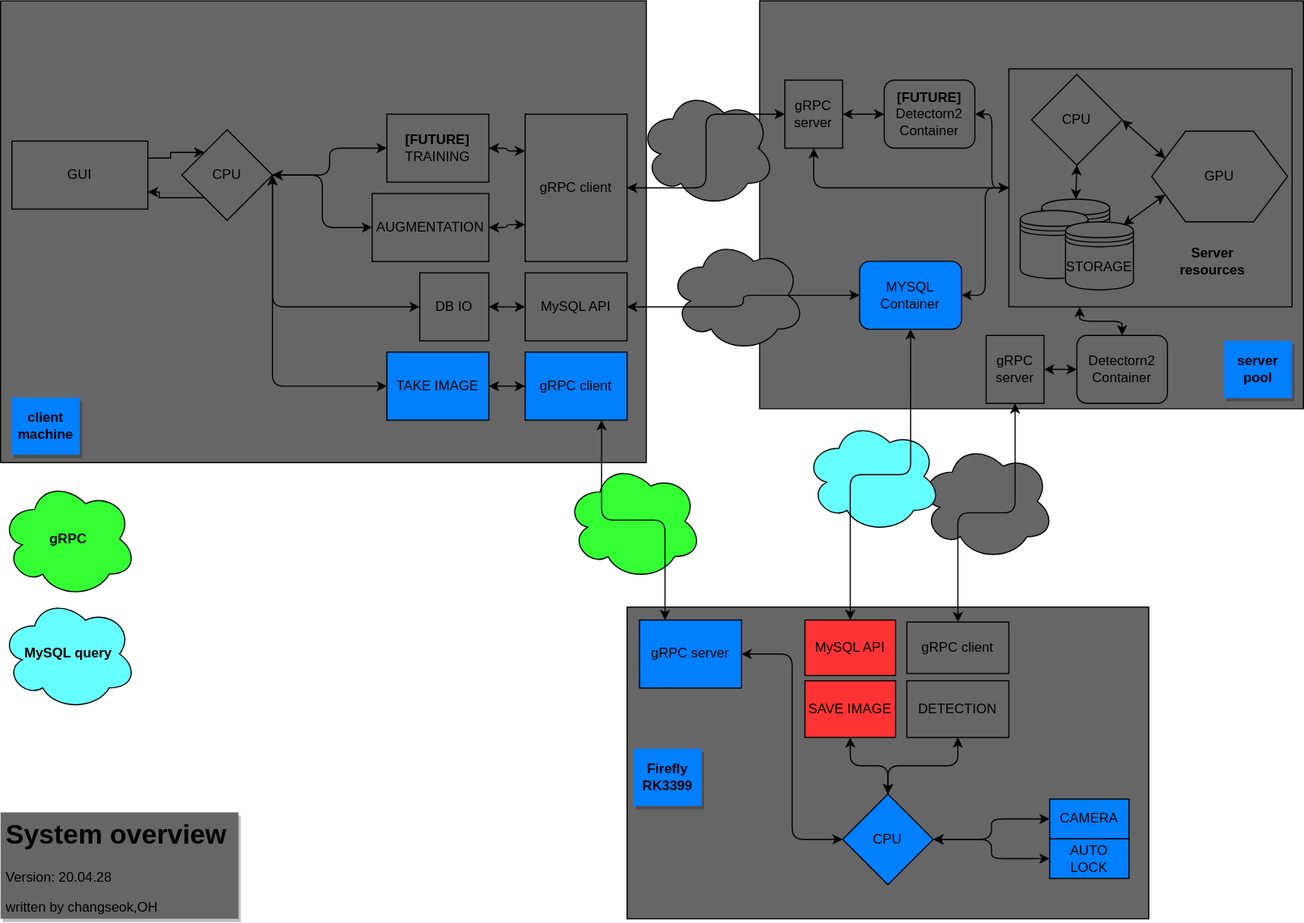
Earlier version of the draw.io export System_abstract.svg (changseok93/CDgM_integrated_project). Source tidied: cells renumbered, new cells last; positions are measured from the earlier drawing's top-left corner, leaving out a move shared by most shapes.
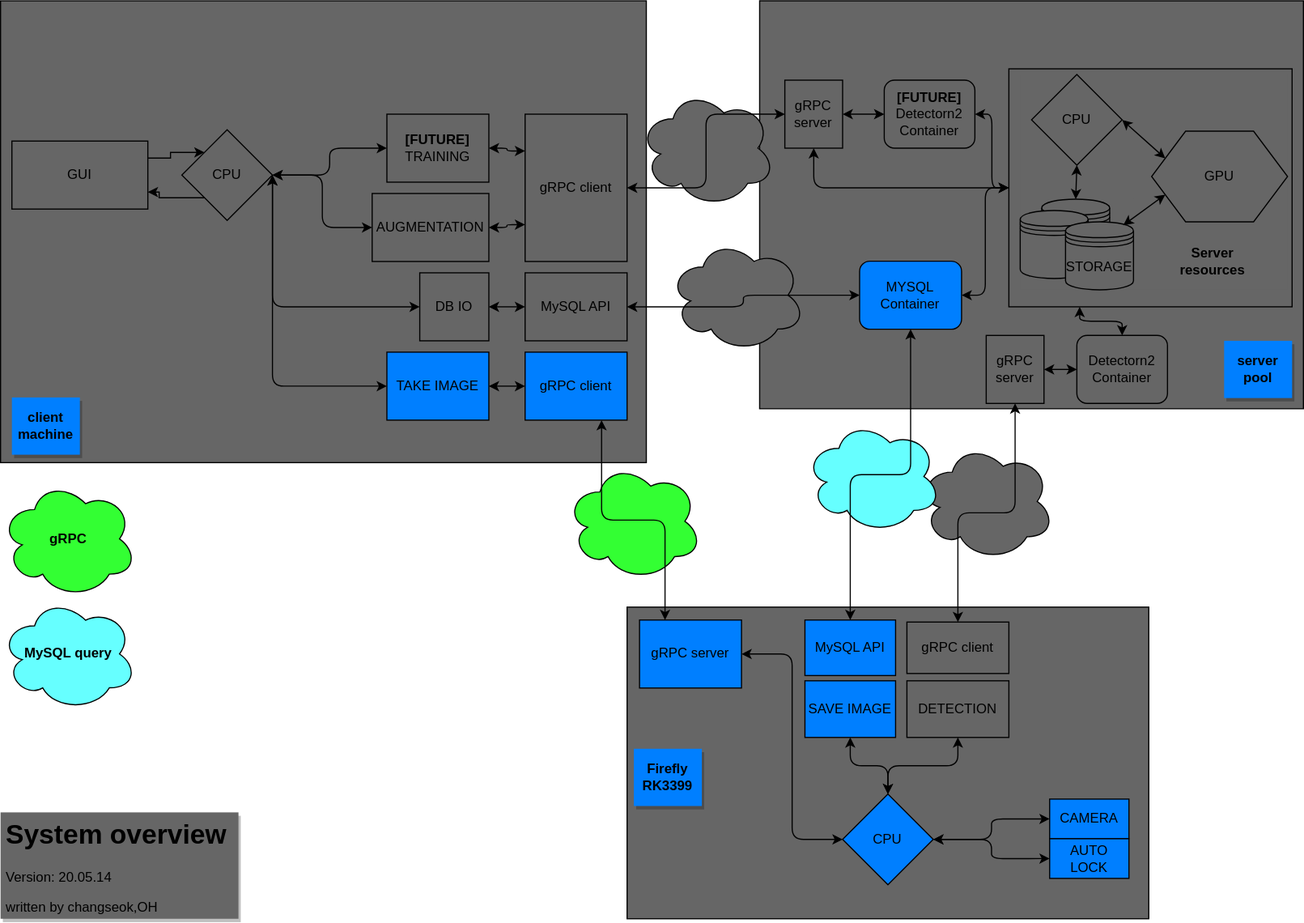
After the change.

What changed in the source:
```diff
@@ -55,7 +55,7 @@
         <mxPoint x="240" y="154" as="targetPoint" />
       </mxGeometry>
     </mxCell>
-    <mxCell id="19" value="MySQL API" style="rounded=0;whiteSpace=wrap;html=1;fillColor=#FF3333;" parent="1" vertex="1">
+    <mxCell id="19" value="MySQL API" style="rounded=0;whiteSpace=wrap;html=1;fillColor=#007FFF;" parent="1" vertex="1">
       <mxGeometry x="710" y="546.4" width="80" height="49" as="geometry" />
     </mxCell>
     <mxCell id="20" value="MySQL API" style="rounded=0;whiteSpace=wrap;html=1;fillColor=#666666;" parent="1" vertex="1">
@@ -95,7 +95,7 @@
     <mxCell id="30" value="&lt;b&gt;server pool&lt;/b&gt;" style="text;html=1;strokeColor=none;fillColor=#007FFF;align=center;verticalAlign=middle;whiteSpace=wrap;rounded=0;shadow=1;" parent="1" vertex="1">
       <mxGeometry x="1080" y="300" width="60" height="50.5" as="geometry" />
     </mxCell>
-    <mxCell id="31" value="&lt;h1&gt;System overview&lt;/h1&gt;&lt;p&gt;Version: 20.04.28&lt;/p&gt;&lt;p&gt;written by changseok,OH&lt;/p&gt;" style="text;html=1;strokeColor=none;fillColor=#666666;spacing=5;spacingTop=-20;whiteSpace=wrap;overflow=hidden;rounded=0;shadow=1;" parent="1" vertex="1">
+    <mxCell id="31" value="&lt;h1&gt;System overview&lt;/h1&gt;&lt;p&gt;Version: 20.05.14&lt;/p&gt;&lt;p&gt;written by changseok,OH&lt;/p&gt;" style="text;html=1;strokeColor=none;fillColor=#666666;spacing=5;spacingTop=-20;whiteSpace=wrap;overflow=hidden;rounded=0;shadow=1;" parent="1" vertex="1">
       <mxGeometry y="716.1" width="210" height="93.9" as="geometry" />
     </mxCell>
     <mxCell id="32" value="gRPC client" style="rounded=0;whiteSpace=wrap;html=1;fillColor=#666666;" parent="1" vertex="1">
@@ -215,7 +215,7 @@
     <mxCell id="70" style="endArrow=classic;startArrow=classic;html=1;entryX=0;entryY=0.5;entryDx=0;entryDy=0;exitX=1;exitY=0.5;exitDx=0;exitDy=0;fillColor=#666666;" parent="1" edge="1" source="69" target="66">
       <mxGeometry relative="1" as="geometry" />
     </mxCell>
-    <mxCell id="71" value="SAVE IMAGE" style="rounded=0;whiteSpace=wrap;html=1;fillColor=#FF3333;" parent="1" vertex="1">
+    <mxCell id="71" value="SAVE IMAGE" style="rounded=0;whiteSpace=wrap;html=1;fillColor=#007FFF;" parent="1" vertex="1">
       <mxGeometry x="710" y="600" width="80" height="50" as="geometry" />
     </mxCell>
     <mxCell id="72" value="DETECTION" style="rounded=0;whiteSpace=wrap;html=1;fillColor=#666666;" parent="1" vertex="1">
```
